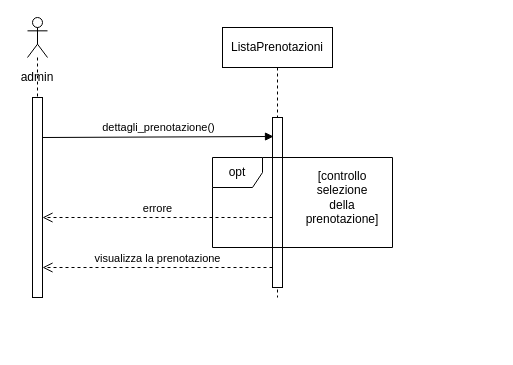
Earlier version of the draw.io diagram Diagrammi_delle_sequenze/modificabili/diagramma_dettagli_prenotazione.drawio (fd-col/ProgettoIngegneriaDelSoftware). Source tidied: cells renumbered, new cells numbered last; positions are measured from the earlier drawing's top-left corner, leaving out a move shared by most shapes. Both pictures are drawn from the tidied source at 100%, with x=0, y=0 at pixel (17, 17).
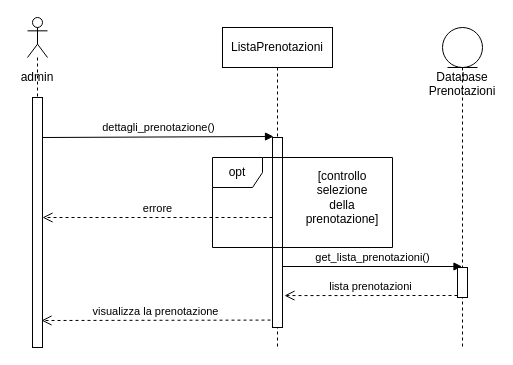
After the change.

Diff of the diagram source:
```diff
@@
 <mxGraphModel>
   <root>
     <mxCell id="0" />
     <mxCell id="1" parent="0" />
     <mxCell id="2" style="shape=umlLifeline;participant=umlActor;perimeter=lifelinePerimeter;whiteSpace=wrap;html=1;verticalAlign=top;spacingTop=36;" parent="1" vertex="1">
       <mxGeometry x="10" width="20" height="90" as="geometry" />
     </mxCell>
     <mxCell id="3" style="html=1;perimeter=orthogonalPerimeter;" parent="1" vertex="1">
-      <mxGeometry x="15" y="80" width="10" height="200" as="geometry" />
+      <mxGeometry x="15" y="80" width="10" height="250" as="geometry" />
     </mxCell>
     <mxCell id="4" value="admin" style="text;html=1;strokeColor=none;fillColor=none;align=center;verticalAlign=middle;whiteSpace=wrap;rounded=0;" parent="1" vertex="1">
       <mxGeometry y="50" width="40" height="20" as="geometry" />
     </mxCell>
     <mxCell id="5" value="&lt;div&gt;ListaPrenotazioni&lt;/div&gt;" style="shape=umlLifeline;perimeter=lifelinePerimeter;whiteSpace=wrap;html=1;" parent="1" vertex="1">
-      <mxGeometry x="205" y="10" width="110" height="270" as="geometry" />
+      <mxGeometry x="205" y="10" width="110" height="320" as="geometry" />
     </mxCell>
     <mxCell id="6" style="html=1;points=[];perimeter=orthogonalPerimeter;" parent="5" vertex="1">
-      <mxGeometry x="50" y="90" width="10" height="170" as="geometry" />
+      <mxGeometry x="50" y="110" width="10" height="190" as="geometry" />
     </mxCell>
     <mxCell id="7" value="dettagli_prenotazione()" style="html=1;verticalAlign=bottom;endArrow=block;" parent="1" edge="1">
       <mxGeometry relative="1" as="geometry">
         <mxPoint x="25" y="120" as="sourcePoint" />
         <mxPoint x="256" y="119" as="targetPoint" />
       </mxGeometry>
     </mxCell>
     <mxCell id="8" value="errore" style="html=1;verticalAlign=bottom;endArrow=open;dashed=1;endSize=8;" parent="1" edge="1">
       <mxGeometry relative="1" as="geometry">
         <mxPoint x="255" y="200" as="sourcePoint" />
         <mxPoint x="25" y="200" as="targetPoint" />
       </mxGeometry>
     </mxCell>
     <mxCell id="9" value="opt" style="shape=umlFrame;whiteSpace=wrap;html=1;width=50;height=30;" parent="1" vertex="1">
       <mxGeometry x="195" y="140" width="180" height="90" as="geometry" />
     </mxCell>
     <mxCell id="10" value="&lt;div&gt;[controllo&lt;/div&gt;&lt;div&gt; selezione della prenotazione]&lt;/div&gt;" style="text;html=1;strokeColor=none;fillColor=none;align=center;verticalAlign=middle;whiteSpace=wrap;rounded=0;" parent="1" vertex="1">
       <mxGeometry x="305" y="170" width="40" height="20" as="geometry" />
     </mxCell>
-    <mxCell id="11" value="&lt;div&gt;visualizza la prenotazione&lt;/div&gt;" style="html=1;verticalAlign=bottom;endArrow=open;dashed=1;endSize=8;" parent="1" edge="1" source="6">
+    <mxCell id="11" value="&lt;div&gt;visualizza la prenotazione&lt;/div&gt;" style="html=1;verticalAlign=bottom;endArrow=open;dashed=1;endSize=8;exitX=-0.2;exitY=0.961;exitDx=0;exitDy=0;exitPerimeter=0;" parent="1" edge="1" source="6">
       <mxGeometry relative="1" as="geometry">
-        <mxPoint x="25" y="250" as="targetPoint" />
+        <mxPoint x="24" y="303" as="targetPoint" />
       </mxGeometry>
     </mxCell>
+    <mxCell id="12" value="Database Prenotazioni&lt;br&gt;" style="shape=umlLifeline;participant=umlEntity;perimeter=lifelinePerimeter;whiteSpace=wrap;html=1;verticalAlign=top;spacingTop=36;outlineConnect=0;" parent="1" vertex="1">
+      <mxGeometry x="425" y="10" width="40" height="320" as="geometry" />
+    </mxCell>
+    <mxCell id="13" value="get_lista_prenotazioni()" style="html=1;verticalAlign=bottom;startArrow=none;startFill=0;endArrow=block;startSize=8;exitX=1;exitY=0.679;exitDx=0;exitDy=0;exitPerimeter=0;" parent="1" edge="1" source="6" target="12">
+      <mxGeometry relative="1" as="geometry" />
+    </mxCell>
+    <mxCell id="14" style="html=1;points=[];perimeter=orthogonalPerimeter;" parent="1" vertex="1">
+      <mxGeometry x="440" y="250" width="10" height="30" as="geometry" />
+    </mxCell>
+    <mxCell id="15" value="lista prenotazioni" style="html=1;verticalAlign=bottom;endArrow=open;dashed=1;endSize=8;exitX=0;exitY=0.933;exitDx=0;exitDy=0;exitPerimeter=0;entryX=1.2;entryY=0.832;entryDx=0;entryDy=0;entryPerimeter=0;" parent="1" edge="1" source="14" target="6">
+      <mxGeometry relative="1" as="geometry" />
+    </mxCell>
   </root>
 </mxGraphModel>
```
